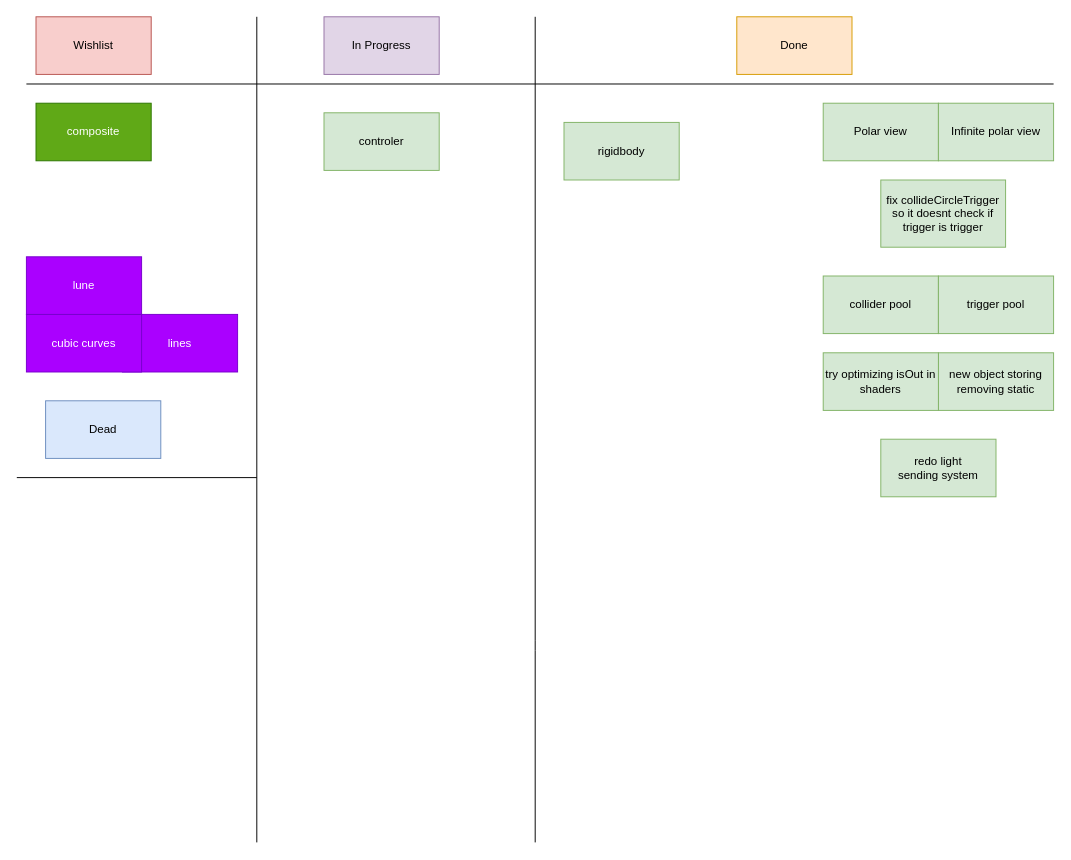
Tucan444/Sphericalia keeps this draw.io diagram as Sphericalia/Assets/Scripts/Sphericalia/Drawio/features.drawio. Above is the earlier version. Source tidied: cells renumbered, new cells numbered last; positions are measured from the earlier drawing's top-left corner, leaving out a move shared by most shapes. Both pictures are drawn from the tidied source at 96%, with x=0, y=0 at pixel (16, 16).
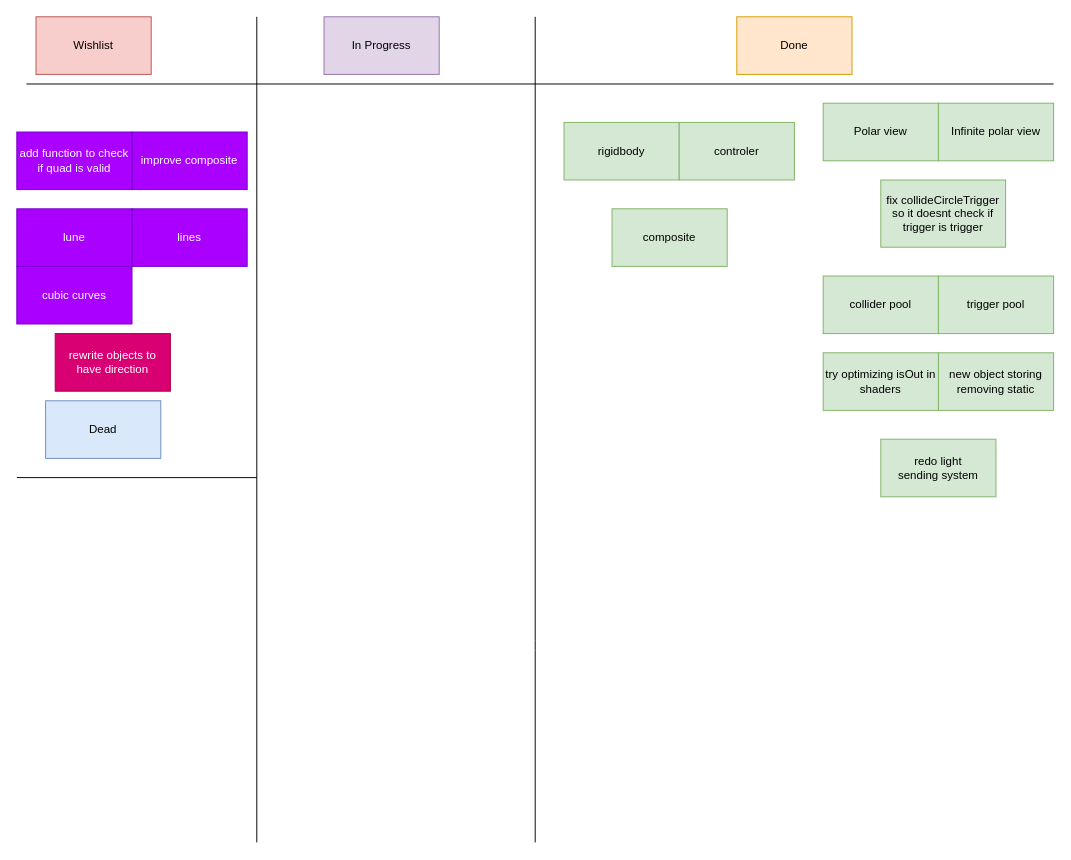
After the change.

Diff of the diagram source:
```diff
@@
     <mxCell id="15" value="lines" style="rounded=0;whiteSpace=wrap;html=1;fillColor=#aa00ff;strokeColor=#7700CC;fontColor=#ffffff;" parent="1" vertex="1">
-      <mxGeometry x="110" y="310" width="120" height="60" as="geometry" />
+      <mxGeometry x="120" y="200" width="120" height="60" as="geometry" />
     </mxCell>
     <mxCell id="16" value="cubic curves" style="rounded=0;whiteSpace=wrap;html=1;fillColor=#aa00ff;strokeColor=#7700CC;fontColor=#ffffff;" parent="1" vertex="1">
-      <mxGeometry x="10" y="310" width="120" height="60" as="geometry" />
+      <mxGeometry y="260" width="120" height="60" as="geometry" />
     </mxCell>
@@
     <mxCell id="20" value="lune" style="rounded=0;whiteSpace=wrap;html=1;fillColor=#aa00ff;strokeColor=#7700CC;fontColor=#ffffff;" parent="1" vertex="1">
-      <mxGeometry x="10" y="250" width="120" height="60" as="geometry" />
+      <mxGeometry y="200" width="120" height="60" as="geometry" />
     </mxCell>
@@
-    <mxCell id="22" value="composite" style="rounded=0;whiteSpace=wrap;html=1;fillColor=#60a917;strokeColor=#2D7600;fontColor=#ffffff;" parent="1" vertex="1">
-      <mxGeometry x="20" y="90" width="120" height="60" as="geometry" />
+    <mxCell id="22" value="composite" style="rounded=0;whiteSpace=wrap;html=1;fillColor=#d5e8d4;strokeColor=#82b366;" parent="1" vertex="1">
+      <mxGeometry x="620" y="200" width="120" height="60" as="geometry" />
     </mxCell>
     <mxCell id="23" value="controler" style="rounded=0;whiteSpace=wrap;html=1;fillColor=#d5e8d4;strokeColor=#82b366;" parent="1" vertex="1">
-      <mxGeometry x="320" y="100" width="120" height="60" as="geometry" />
+      <mxGeometry x="690" y="110" width="120" height="60" as="geometry" />
     </mxCell>
+    <mxCell id="24" value="rewrite objects to have direction" style="rounded=0;whiteSpace=wrap;html=1;fillColor=#d80073;strokeColor=#A50040;fontColor=#ffffff;" parent="1" vertex="1">
+      <mxGeometry x="40" y="330" width="120" height="60" as="geometry" />
+    </mxCell>
+    <mxCell id="25" value="improve composite" style="rounded=0;whiteSpace=wrap;html=1;fillColor=#aa00ff;strokeColor=#7700CC;fontColor=#ffffff;" parent="1" vertex="1">
+      <mxGeometry x="120" y="120" width="120" height="60" as="geometry" />
+    </mxCell>
+    <mxCell id="26" value="add function to check if quad is valid" style="rounded=0;whiteSpace=wrap;html=1;fillColor=#aa00ff;strokeColor=#7700CC;fontColor=#ffffff;" parent="1" vertex="1">
+      <mxGeometry y="120" width="120" height="60" as="geometry" />
+    </mxCell>
```
